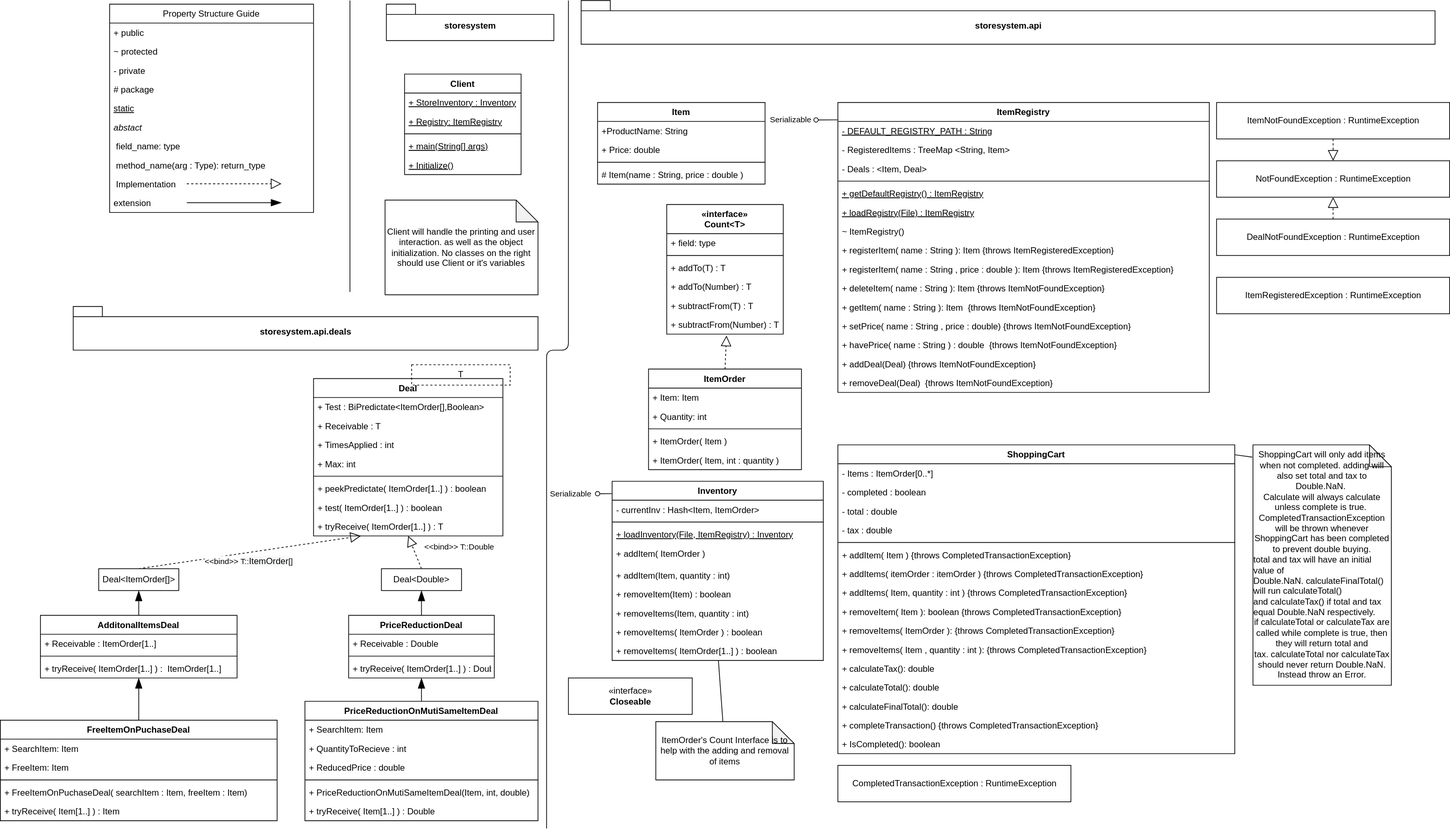
merlin2v/StoreSystem keeps this draw.io diagram as Diagram.svg. Above is the earlier version. Source tidied: cells renumbered, new cells last; positions are measured from the earlier drawing's top-left corner, leaving out a move shared by most shapes.
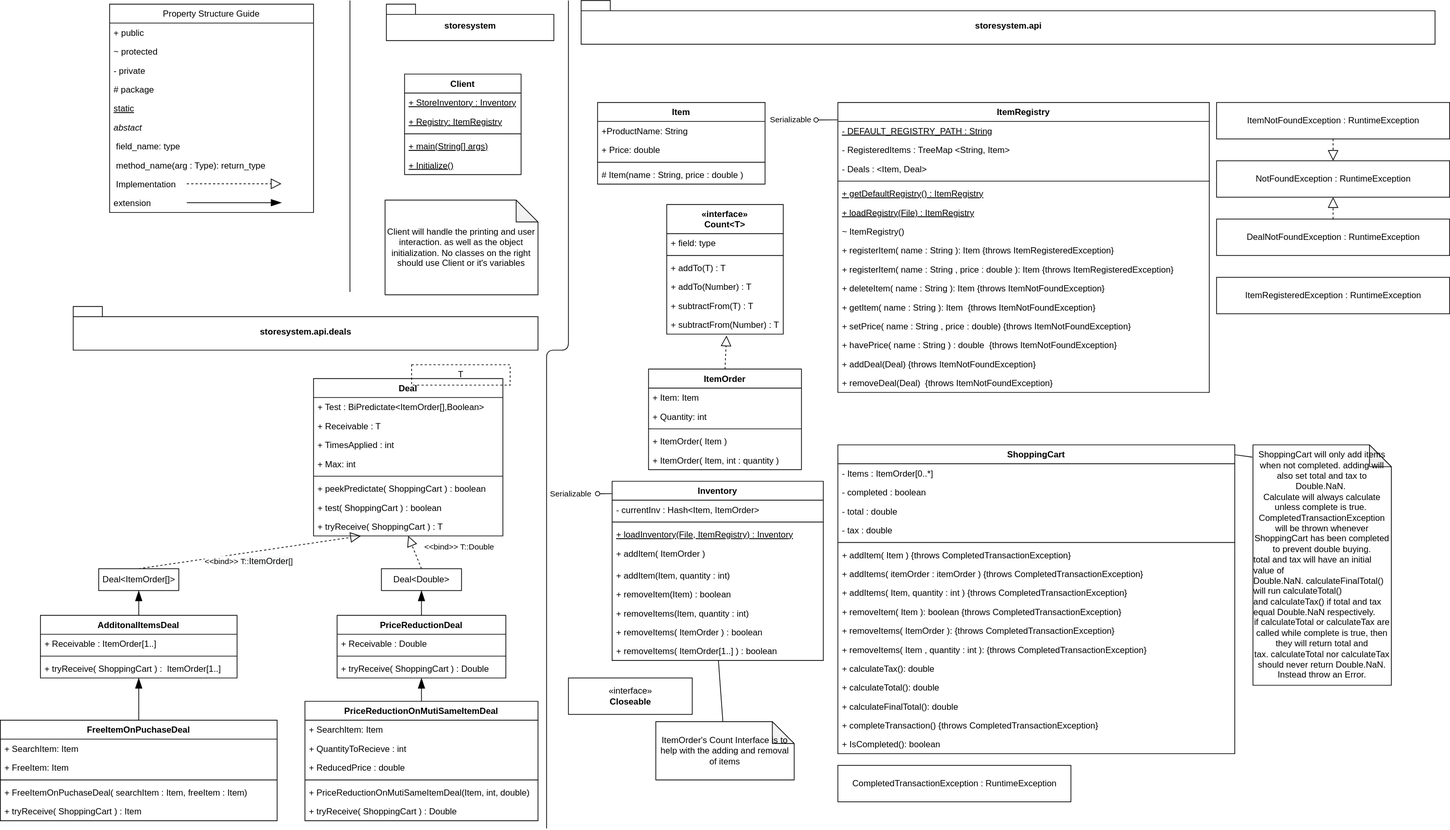
The same file after the commit.

Commit message:
Update Diagram.svg with updated Deal framework

The edit, as a diff of the source:
```diff
@@ -344,7 +344,7 @@
     <mxCell id="108" value="+ PriceReductionOnMutiSameItemDeal(Item, int, double)" style="text;strokeColor=none;fillColor=none;align=left;verticalAlign=top;spacingLeft=4;spacingRight=4;overflow=hidden;dashed=1;startSize=26;" parent="103" vertex="1">
       <mxGeometry y="112" width="320" height="26" as="geometry" />
     </mxCell>
-    <mxCell id="109" value="+ tryReceive( Item[1..] ) : Double" style="text;strokeColor=none;fillColor=none;align=left;verticalAlign=top;spacingLeft=4;spacingRight=4;overflow=hidden;dashed=1;startSize=26;" parent="103" vertex="1">
+    <mxCell id="109" value="+ tryReceive( ShoppingCart ) : Double" style="text;strokeColor=none;fillColor=none;align=left;verticalAlign=top;spacingLeft=4;spacingRight=4;overflow=hidden;dashed=1;startSize=26;" parent="103" vertex="1">
       <mxGeometry y="138" width="320" height="26" as="geometry" />
     </mxCell>
     <mxCell id="110" style="endArrow=blockThin;endFill=1;endSize=12;html=1;fontFamily=Helvetica;exitX=0.5;exitY=0;exitDx=0;exitDy=0;entryX=0.5;entryY=1;entryDx=0;entryDy=0;" parent="1" edge="1" source="124" target="123">
@@ -371,13 +371,13 @@
     <mxCell id="117" style="line;strokeWidth=1;fillColor=none;align=left;verticalAlign=middle;spacingTop=-1;spacingLeft=3;spacingRight=3;labelPosition=right;" parent="112" vertex="1">
       <mxGeometry y="130" width="260" height="8" as="geometry" />
     </mxCell>
-    <mxCell id="118" value="+ peekPredictate( ItemOrder[1..] ) : boolean" style="text;strokeColor=none;fillColor=none;align=left;verticalAlign=top;spacingLeft=4;spacingRight=4;overflow=hidden;" parent="112" vertex="1">
+    <mxCell id="118" value="+ peekPredictate( ShoppingCart ) : boolean" style="text;strokeColor=none;fillColor=none;align=left;verticalAlign=top;spacingLeft=4;spacingRight=4;overflow=hidden;" parent="112" vertex="1">
       <mxGeometry y="138" width="260" height="26" as="geometry" />
     </mxCell>
-    <mxCell id="119" value="+ test( ItemOrder[1..] ) : boolean" style="text;strokeColor=none;fillColor=none;align=left;verticalAlign=top;spacingLeft=4;spacingRight=4;overflow=hidden;" parent="112" vertex="1">
+    <mxCell id="119" value="+ test( ShoppingCart ) : boolean" style="text;strokeColor=none;fillColor=none;align=left;verticalAlign=top;spacingLeft=4;spacingRight=4;overflow=hidden;" parent="112" vertex="1">
       <mxGeometry y="164" width="260" height="26" as="geometry" />
     </mxCell>
-    <mxCell id="120" value="+ tryReceive( ItemOrder[1..] ) : T" style="text;strokeColor=none;fillColor=none;align=left;verticalAlign=top;spacingLeft=4;spacingRight=4;overflow=hidden;dashed=1;startSize=26;" parent="112" vertex="1">
+    <mxCell id="120" value="+ tryReceive( ShoppingCart ) : T" style="text;strokeColor=none;fillColor=none;align=left;verticalAlign=top;spacingLeft=4;spacingRight=4;overflow=hidden;dashed=1;startSize=26;" parent="112" vertex="1">
       <mxGeometry y="190" width="260" height="26" as="geometry" />
     </mxCell>
     <mxCell id="121" value="T" style="html=1;startSize=26;strokeColor=#000000;fillColor=none;dashed=1;" parent="111" vertex="1">
@@ -390,16 +390,16 @@
       <mxGeometry x="523.2" y="780" width="110" height="30" as="geometry" />
     </mxCell>
     <mxCell id="124" value="PriceReductionDeal" style="swimlane;fontStyle=1;align=center;verticalAlign=top;horizontal=1;startSize=26;strokeColor=#000000;fillColor=none;" parent="1" vertex="1">
-      <mxGeometry x="478.2" y="844" width="200" height="86" as="geometry" />
+      <mxGeometry x="462.4" y="844" width="231.8" height="86" as="geometry" />
     </mxCell>
     <mxCell id="125" value="+ Receivable : Double" style="text;strokeColor=none;fillColor=none;align=left;verticalAlign=top;spacingLeft=4;spacingRight=4;overflow=hidden;startSize=26;" parent="124" vertex="1">
-      <mxGeometry y="26" width="200" height="26" as="geometry" />
+      <mxGeometry y="26" width="231.8" height="26" as="geometry" />
     </mxCell>
     <mxCell id="126" style="line;strokeWidth=1;fillColor=none;align=left;verticalAlign=middle;spacingTop=-1;spacingLeft=3;spacingRight=3;labelPosition=right;" parent="124" vertex="1">
-      <mxGeometry y="52" width="200" height="8" as="geometry" />
+      <mxGeometry y="52" width="231.8" height="8" as="geometry" />
     </mxCell>
-    <mxCell id="127" value="+ tryReceive( ItemOrder[1..] ) : Double" style="text;strokeColor=none;fillColor=none;align=left;verticalAlign=top;spacingLeft=4;spacingRight=4;overflow=hidden;dashed=1;startSize=26;" parent="124" vertex="1">
-      <mxGeometry y="60" width="200" height="26" as="geometry" />
+    <mxCell id="127" value="+ tryReceive( ShoppingCart ) : Double" style="text;strokeColor=none;fillColor=none;align=left;verticalAlign=top;spacingLeft=4;spacingRight=4;overflow=hidden;dashed=1;startSize=26;" parent="124" vertex="1">
+      <mxGeometry y="60" width="231.8" height="26" as="geometry" />
     </mxCell>
     <mxCell id="128" style="endArrow=blockThin;endFill=1;endSize=12;html=1;fontFamily=Helvetica;exitX=0.5;exitY=0;exitDx=0;exitDy=0;entryX=0.5;entryY=1;entryDx=0;entryDy=0;" parent="1" edge="1" source="103" target="124">
       <mxGeometry relative="1" as="geometry" />
@@ -428,7 +428,7 @@
     <mxCell id="135" style="line;strokeWidth=1;fillColor=none;align=left;verticalAlign=middle;spacingTop=-1;spacingLeft=3;spacingRight=3;labelPosition=right;" parent="133" vertex="1">
       <mxGeometry y="52" width="270" height="8" as="geometry" />
     </mxCell>
-    <mxCell id="136" value="+ tryReceive( ItemOrder[1..] ) :  ItemOrder[1..]" style="text;strokeColor=none;fillColor=none;align=left;verticalAlign=top;spacingLeft=4;spacingRight=4;overflow=hidden;dashed=1;startSize=26;" parent="133" vertex="1">
+    <mxCell id="136" value="+ tryReceive( ShoppingCart ) :  ItemOrder[1..]" style="text;strokeColor=none;fillColor=none;align=left;verticalAlign=top;spacingLeft=4;spacingRight=4;overflow=hidden;dashed=1;startSize=26;" parent="133" vertex="1">
       <mxGeometry y="60" width="270" height="26" as="geometry" />
     </mxCell>
     <mxCell id="137" value="FreeItemOnPuchaseDeal" style="swimlane;fontStyle=1;align=center;verticalAlign=top;horizontal=1;startSize=26;" parent="1" vertex="1">
@@ -446,7 +446,7 @@
     <mxCell id="141" value="+ FreeItemOnPuchaseDeal( searchItem : Item, freeItem : Item)" style="text;strokeColor=none;fillColor=none;align=left;verticalAlign=top;spacingLeft=4;spacingRight=4;overflow=hidden;" parent="137" vertex="1">
       <mxGeometry y="86" width="380" height="26" as="geometry" />
     </mxCell>
-    <mxCell id="142" value="+ tryReceive( Item[1..] ) : Item" style="text;strokeColor=none;fillColor=none;align=left;verticalAlign=top;spacingLeft=4;spacingRight=4;overflow=hidden;dashed=1;startSize=26;" parent="137" vertex="1">
+    <mxCell id="142" value="+ tryReceive( ShoppingCart ) : Item" style="text;strokeColor=none;fillColor=none;align=left;verticalAlign=top;spacingLeft=4;spacingRight=4;overflow=hidden;dashed=1;startSize=26;" parent="137" vertex="1">
       <mxGeometry y="112" width="380" height="26" as="geometry" />
     </mxCell>
     <mxCell id="143" style="endArrow=blockThin;endFill=1;endSize=12;html=1;fontFamily=Helvetica;exitX=0.5;exitY=0;exitDx=0;exitDy=0;entryX=0.5;entryY=1;entryDx=0;entryDy=0;" parent="1" edge="1" source="137" target="133">
```
